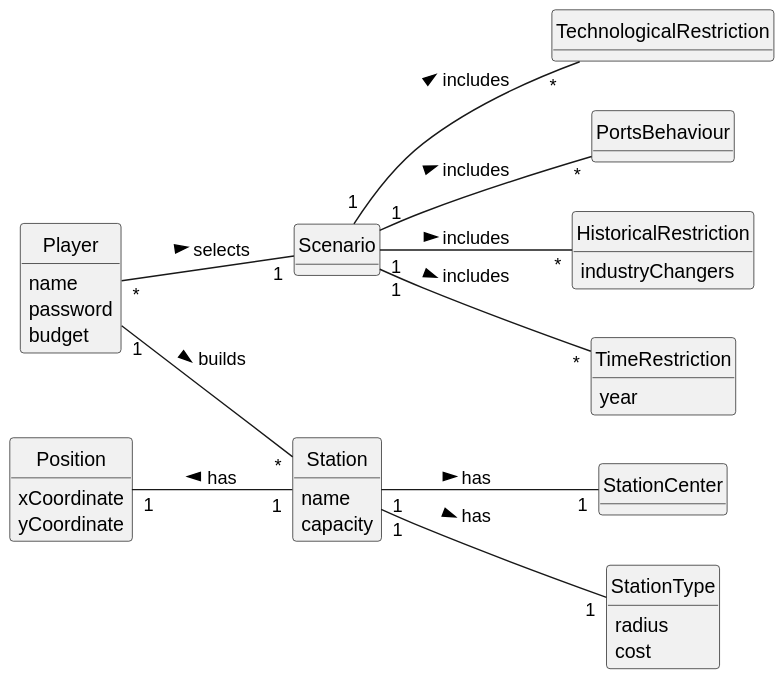
1240935/pi2-railway-simulator keeps this PlantUML diagram as Sprint2/US005/02.analysis/svg/US005-DM.svg. Above is the earlier version.
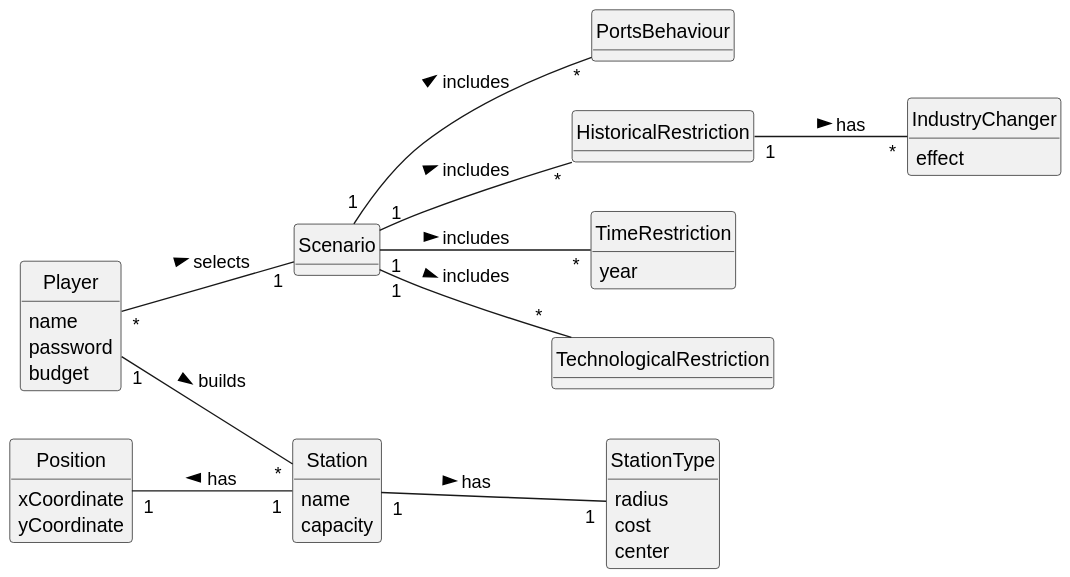
After the change.

The edit, as a diff of the source:
```diff
@@ -19,12 +19,10 @@
     capacity
 }
 
-class StationCenter{
-}
-
 class StationType{
     radius
     cost
+    center
 }
 
 class Position{
@@ -36,7 +34,6 @@
 }
 
 class HistoricalRestriction{
-    industryChangers
 }
 
 class TimeRestriction{
@@ -49,9 +46,12 @@
 class PortsBehaviour{
 }
 
+class IndustryChanger{
+    effect
+}
+
 
 Station "1" -- "1" StationType: has >
-Station "1" -- "1" StationCenter: has >
 Player "1" -- "*" Station: builds >
 Player "*" -- "1" Scenario : selects >
 Position "1" -- "1" Station: has <
@@ -59,4 +59,5 @@
 Scenario "1" -- "*" TechnologicalRestriction: includes >
 Scenario "1" -- "*" TimeRestriction: includes >
 Scenario "1" -- "*" PortsBehaviour: includes >
+HistoricalRestriction "1" -- "*" IndustryChanger: has >
 @enduml
```
